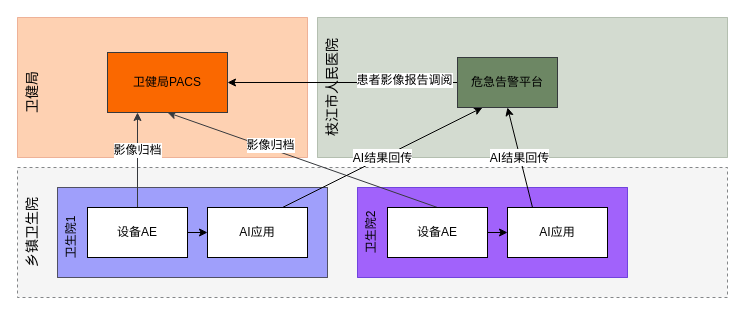
Above: uih/千县-枝江危急告警平台-数据流图.drawio in xzs603/draw.io (draw.io), before the change. Source tidied: cells renumbered, new cells numbered last; positions are measured from the earlier drawing's top-left corner, leaving out a move shared by most shapes. Both pictures are drawn from the tidied source at 100%, with x=0, y=0 at pixel (17, 17).
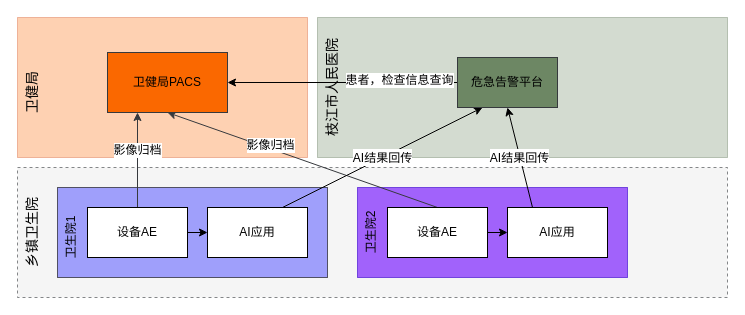
The same diagram, later.

Unchanged cells that the change refers to:
```xml
<mxCell id="19" style="edgeStyle=none;rounded=0;jettySize=auto;html=1;exitX=0;exitY=0.5;exitDx=0;exitDy=0;fontSize=12;" parent="1" edge="1" source="21" target="14">
  <mxGeometry relative="1" as="geometry" />
</mxCell>
```

Diff of the diagram source:
```diff
@@
-    <mxCell id="20" value="患者影像报告调阅" style="edgeLabel;html=1;align=center;verticalAlign=middle;fontSize=12;" parent="19" vertex="1">
+    <mxCell id="20" value="患者，检查信息查询" style="edgeLabel;html=1;align=center;verticalAlign=middle;fontSize=12;" parent="19" vertex="1">
       <mxGeometry x="-0.53" y="5" relative="1" as="geometry">
-        <mxPoint y="-8" as="offset" />
+        <mxPoint x="-5" y="-8" as="offset" />
       </mxGeometry>
     </mxCell>
```
